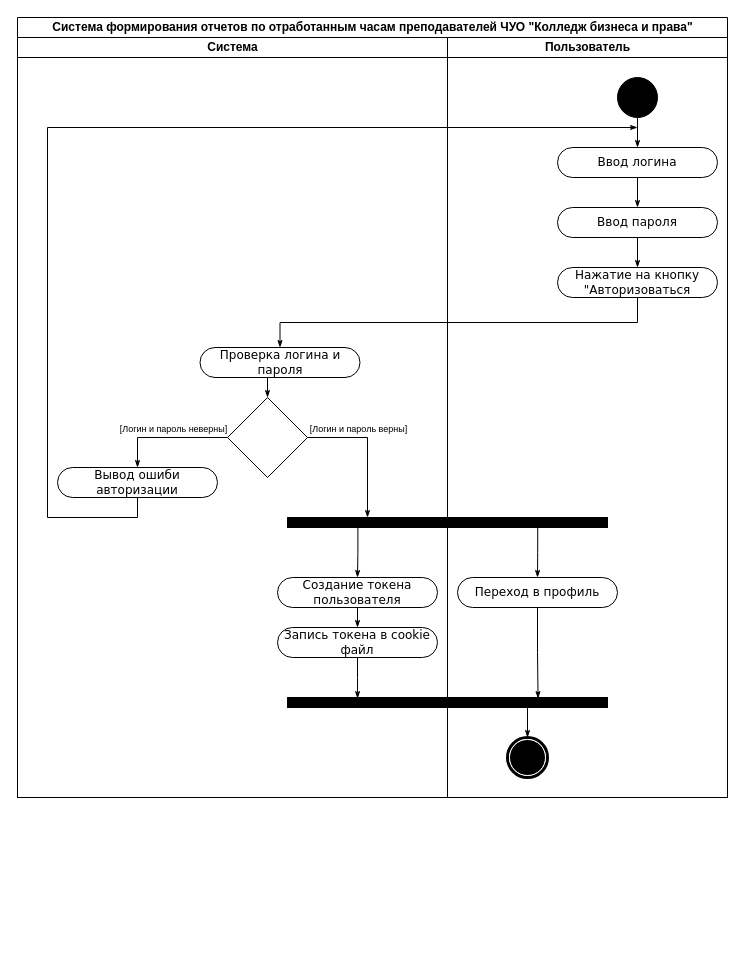
Earlier version of the draw.io diagram Курсовая Деятельности.drawio (iFruze/EduTracker). Source tidied: cells renumbered, new cells numbered last; positions are measured from the earlier drawing's top-left corner, leaving out a move shared by most shapes. Both pictures are drawn from the tidied source at 100%, with x=0, y=0 at pixel (17, 17).
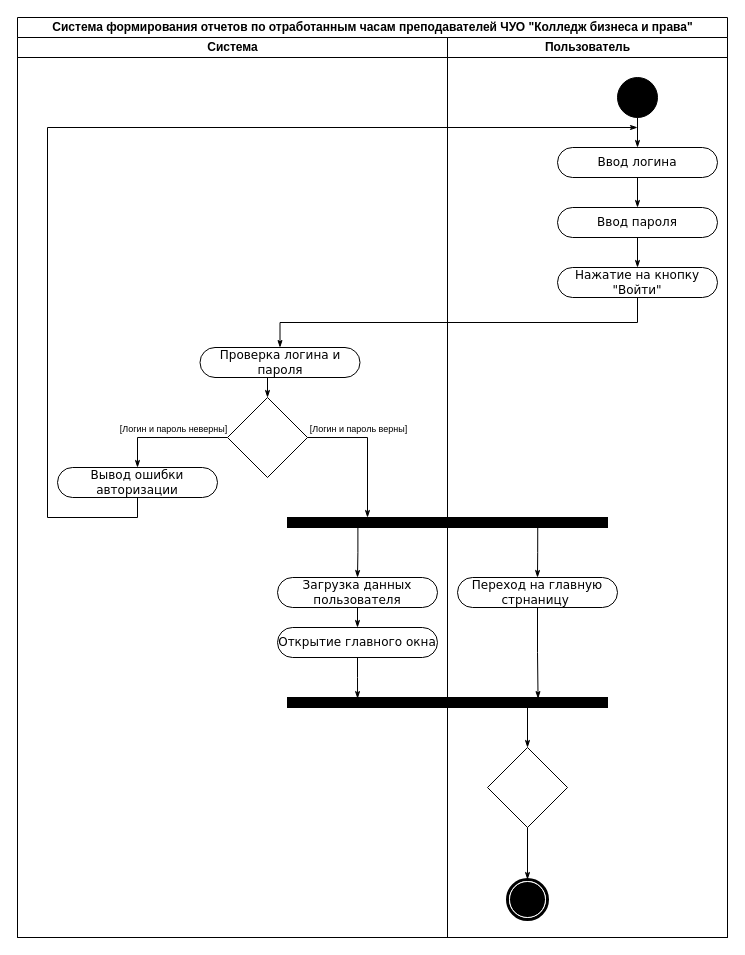
Above is the later version.

Unchanged cells that the change refers to:
```xml
<mxCell id="23" style="whiteSpace=wrap;html=1;rounded=0;shadow=0;comic=0;labelBackgroundColor=none;strokeWidth=1;fillColor=#000000;fontFamily=Verdana;fontSize=12;align=center;rotation=0;" parent="12" vertex="1">
  <mxGeometry x="-160" y="660" width="320" height="10" as="geometry" />
</mxCell>
```

Diff of the diagram source:
```diff
@@
     <mxCell id="2" value="&lt;span style=&quot;line-height: 115%;&quot; lang=&quot;RU&quot;&gt;&lt;font style=&quot;font-size: 12px;&quot; face=&quot;Helvetica&quot;&gt;Система формирования отчетов по отработанным часам преподавателей ЧУО &quot;Колледж бизнеса и права&quot;&lt;/font&gt;&lt;/span&gt;" style="swimlane;html=1;startSize=20;rounded=0;shadow=0;comic=0;labelBackgroundColor=none;strokeWidth=1;fontFamily=Verdana;fontSize=12;align=center;" parent="1" vertex="1">
-      <mxGeometry width="710" height="780" as="geometry" />
+      <mxGeometry width="710" height="920" as="geometry" />
     </mxCell>
     <mxCell id="3" value="Система" style="swimlane;html=1;startSize=20;" parent="2" vertex="1">
-      <mxGeometry y="20" width="430" height="760" as="geometry" />
+      <mxGeometry y="20" width="430" height="900" as="geometry" />
     </mxCell>
@@
-    <mxCell id="6" value="Создание токена пользователя" style="rounded=1;whiteSpace=wrap;html=1;shadow=0;comic=0;labelBackgroundColor=none;strokeWidth=1;fontFamily=Verdana;fontSize=12;align=center;arcSize=50;" parent="3" vertex="1">
+    <mxCell id="6" value="Загрузка данных пользователя" style="rounded=1;whiteSpace=wrap;html=1;shadow=0;comic=0;labelBackgroundColor=none;strokeWidth=1;fontFamily=Verdana;fontSize=12;align=center;arcSize=50;" parent="3" vertex="1">
       <mxGeometry x="260" y="540" width="160" height="30" as="geometry" />
     </mxCell>
-    <mxCell id="7" value="Запись токена в cookie файл" style="rounded=1;whiteSpace=wrap;html=1;shadow=0;comic=0;labelBackgroundColor=none;strokeWidth=1;fontFamily=Verdana;fontSize=12;align=center;arcSize=50;" parent="3" vertex="1">
+    <mxCell id="7" value="Открытие главного окна" style="rounded=1;whiteSpace=wrap;html=1;shadow=0;comic=0;labelBackgroundColor=none;strokeWidth=1;fontFamily=Verdana;fontSize=12;align=center;arcSize=50;" parent="3" vertex="1">
       <mxGeometry x="260" y="590" width="160" height="30" as="geometry" />
     </mxCell>
-    <mxCell id="8" value="Вывод ошиби авторизации" style="rounded=1;whiteSpace=wrap;html=1;shadow=0;comic=0;labelBackgroundColor=none;strokeWidth=1;fontFamily=Verdana;fontSize=12;align=center;arcSize=50;" parent="3" vertex="1">
+    <mxCell id="8" value="Вывод ошибки авторизации" style="rounded=1;whiteSpace=wrap;html=1;shadow=0;comic=0;labelBackgroundColor=none;strokeWidth=1;fontFamily=Verdana;fontSize=12;align=center;arcSize=50;" parent="3" vertex="1">
       <mxGeometry x="40" y="430" width="160" height="30" as="geometry" />
     </mxCell>
@@
     <mxCell id="12" value="Пользователь" style="swimlane;html=1;startSize=20;" parent="2" vertex="1">
-      <mxGeometry x="430" y="20" width="280" height="760" as="geometry" />
+      <mxGeometry x="430" y="20" width="280" height="900" as="geometry" />
     </mxCell>
@@
     <mxCell id="16" style="shape=mxgraph.bpmn.shape;html=1;verticalLabelPosition=bottom;labelBackgroundColor=#ffffff;verticalAlign=top;perimeter=ellipsePerimeter;outline=end;symbol=terminate;rounded=0;shadow=0;comic=0;strokeWidth=1;fontFamily=Verdana;fontSize=12;align=center;" parent="12" vertex="1">
-      <mxGeometry x="60" y="700" width="40" height="40" as="geometry" />
+      <mxGeometry x="60" y="842" width="40" height="40" as="geometry" />
     </mxCell>
@@
-    <mxCell id="18" value="Нажатие на кнопку &quot;Авторизоваться" style="rounded=1;whiteSpace=wrap;html=1;shadow=0;comic=0;labelBackgroundColor=none;strokeWidth=1;fontFamily=Verdana;fontSize=12;align=center;arcSize=50;" parent="12" vertex="1">
+    <mxCell id="18" value="Нажатие на кнопку &quot;Войти&quot;" style="rounded=1;whiteSpace=wrap;html=1;shadow=0;comic=0;labelBackgroundColor=none;strokeWidth=1;fontFamily=Verdana;fontSize=12;align=center;arcSize=50;" parent="12" vertex="1">
       <mxGeometry x="110" y="230" width="160" height="30" as="geometry" />
     </mxCell>
@@
-    <mxCell id="20" value="Переход в профиль" style="rounded=1;whiteSpace=wrap;html=1;shadow=0;comic=0;labelBackgroundColor=none;strokeWidth=1;fontFamily=Verdana;fontSize=12;align=center;arcSize=50;" parent="12" vertex="1">
+    <mxCell id="20" value="Переход на главную стрнаницу&amp;nbsp;" style="rounded=1;whiteSpace=wrap;html=1;shadow=0;comic=0;labelBackgroundColor=none;strokeWidth=1;fontFamily=Verdana;fontSize=12;align=center;arcSize=50;" parent="12" vertex="1">
       <mxGeometry x="10" y="540" width="160" height="30" as="geometry" />
     </mxCell>
@@
-    <mxCell id="24" style="edgeStyle=none;rounded=0;html=1;labelBackgroundColor=none;startArrow=none;startFill=0;startSize=5;endArrow=classicThin;endFill=1;endSize=5;jettySize=auto;strokeWidth=1;fontFamily=Verdana;fontSize=12;entryX=0.5;entryY=0;entryDx=0;entryDy=0;exitX=0.75;exitY=1;exitDx=0;exitDy=0;" parent="12" edge="1" source="23" target="16">
+    <mxCell id="24" style="edgeStyle=none;rounded=0;html=1;labelBackgroundColor=none;startArrow=none;startFill=0;startSize=5;endArrow=classicThin;endFill=1;endSize=5;jettySize=auto;strokeWidth=1;fontFamily=Verdana;fontSize=12;entryX=0.5;entryY=0;entryDx=0;entryDy=0;exitX=0.75;exitY=1;exitDx=0;exitDy=0;" parent="12" edge="1" source="23" target="34">
       <mxGeometry relative="1" as="geometry" />
     </mxCell>
@@
+    <mxCell id="34" style="rhombus;whiteSpace=wrap;html=1;" parent="12" vertex="1">
+      <mxGeometry x="40" y="710" width="80" height="80" as="geometry" />
+    </mxCell>
+    <mxCell id="35" style="edgeStyle=none;rounded=0;html=1;labelBackgroundColor=none;startArrow=none;startFill=0;startSize=5;endArrow=classicThin;endFill=1;endSize=5;jettySize=auto;strokeWidth=1;fontFamily=Verdana;fontSize=12;entryX=0.5;entryY=0;entryDx=0;entryDy=0;exitX=0.5;exitY=1;exitDx=0;exitDy=0;" parent="12" edge="1" source="34" target="16">
+      <mxGeometry relative="1" as="geometry" />
+    </mxCell>
```
